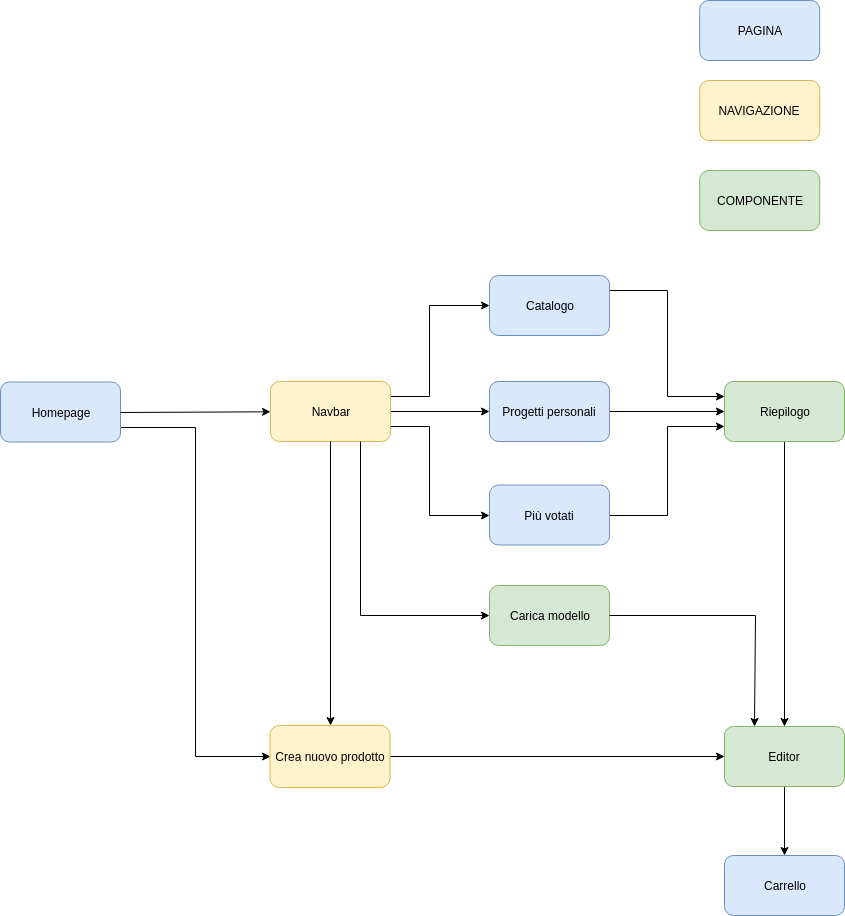
Earlier version of the draw.io export src/img/Generale_Kids_Experience.png (Elidor00/UUX). Source tidied: cells renumbered, new cells last; positions are measured from the earlier drawing's top-left corner, leaving out a move shared by most shapes. The source it was exported from:
```xml
<mxGraphModel>
  <root>
    <mxCell id="0" />
    <mxCell id="1" parent="0" />
    <mxCell id="2" style="edgeStyle=orthogonalEdgeStyle;rounded=0;jettySize=auto;html=1;exitX=1;exitY=0.75;exitDx=0;exitDy=0;entryX=0;entryY=0.5;entryDx=0;entryDy=0;" parent="1" edge="1" source="3" target="19">
      <mxGeometry relative="1" as="geometry" />
    </mxCell>
    <mxCell id="3" value="&lt;div&gt;Homepage&lt;/div&gt;" style="rounded=1;whiteSpace=wrap;html=1;fillColor=#dae8fc;strokeColor=#6c8ebf;" parent="1" vertex="1">
      <mxGeometry y="381.5" width="120" height="60" as="geometry" />
    </mxCell>
    <mxCell id="4" style="edgeStyle=orthogonalEdgeStyle;rounded=0;jettySize=auto;html=1;" parent="1" edge="1" source="5" target="6">
      <mxGeometry relative="1" as="geometry" />
    </mxCell>
    <mxCell id="5" value="Editor" style="rounded=1;whiteSpace=wrap;html=1;fillColor=#d5e8d4;strokeColor=#82B366;" parent="1" vertex="1">
      <mxGeometry x="724" y="726" width="120" height="60" as="geometry" />
    </mxCell>
    <mxCell id="6" value="Carrello" style="rounded=1;whiteSpace=wrap;html=1;fillColor=#dae8fc;strokeColor=#6c8ebf;" parent="1" vertex="1">
      <mxGeometry x="724" y="855" width="120" height="60" as="geometry" />
    </mxCell>
    <mxCell id="7" value="PAGINA" style="rounded=1;whiteSpace=wrap;html=1;fillColor=#dae8fc;strokeColor=#6c8ebf;" parent="1" vertex="1">
      <mxGeometry x="699.2" width="120" height="60" as="geometry" />
    </mxCell>
    <mxCell id="8" value="NAVIGAZIONE" style="rounded=1;whiteSpace=wrap;html=1;fillColor=#fff2cc;strokeColor=#d6b656;" parent="1" vertex="1">
      <mxGeometry x="699.2" y="80" width="120" height="60" as="geometry" />
    </mxCell>
    <mxCell id="9" value="COMPONENTE" style="rounded=1;whiteSpace=wrap;html=1;fillColor=#d5e8d4;strokeColor=#82b366;" parent="1" vertex="1">
      <mxGeometry x="699.2" y="170" width="120" height="60" as="geometry" />
    </mxCell>
    <mxCell id="10" style="edgeStyle=orthogonalEdgeStyle;rounded=0;jettySize=auto;html=1;exitX=1;exitY=0.25;exitDx=0;exitDy=0;entryX=0;entryY=0.25;entryDx=0;entryDy=0;" parent="1" edge="1" source="11" target="17">
      <mxGeometry relative="1" as="geometry" />
    </mxCell>
    <mxCell id="11" value="Catalogo" style="rounded=1;whiteSpace=wrap;html=1;fillColor=#dae8fc;strokeColor=#6c8ebf;" parent="1" vertex="1">
      <mxGeometry x="489" y="275" width="120" height="60" as="geometry" />
    </mxCell>
    <mxCell id="12" style="edgeStyle=orthogonalEdgeStyle;rounded=0;jettySize=auto;html=1;entryX=0;entryY=0.5;entryDx=0;entryDy=0;" parent="1" edge="1" source="13" target="17">
      <mxGeometry relative="1" as="geometry" />
    </mxCell>
    <mxCell id="13" value="Progetti personali" style="rounded=1;whiteSpace=wrap;html=1;fillColor=#dae8fc;strokeColor=#6c8ebf;" parent="1" vertex="1">
      <mxGeometry x="489" y="381" width="120" height="60" as="geometry" />
    </mxCell>
    <mxCell id="14" style="edgeStyle=orthogonalEdgeStyle;rounded=0;jettySize=auto;html=1;exitX=1;exitY=0.5;exitDx=0;exitDy=0;entryX=0;entryY=0.75;entryDx=0;entryDy=0;" parent="1" edge="1" source="15" target="17">
      <mxGeometry relative="1" as="geometry" />
    </mxCell>
    <mxCell id="15" value="Più votati" style="rounded=1;whiteSpace=wrap;html=1;fillColor=#dae8fc;strokeColor=#6c8ebf;" parent="1" vertex="1">
      <mxGeometry x="489" y="484.5" width="120" height="60" as="geometry" />
    </mxCell>
    <mxCell id="16" style="edgeStyle=orthogonalEdgeStyle;rounded=0;jettySize=auto;html=1;" parent="1" edge="1" source="17" target="5">
      <mxGeometry relative="1" as="geometry" />
    </mxCell>
    <mxCell id="17" value="&lt;div&gt;Riepilogo&lt;/div&gt;" style="rounded=1;whiteSpace=wrap;html=1;fillColor=#d5e8d4;strokeColor=#82B366;" parent="1" vertex="1">
      <mxGeometry x="724" y="381" width="120" height="60" as="geometry" />
    </mxCell>
    <mxCell id="18" style="edgeStyle=orthogonalEdgeStyle;rounded=0;jettySize=auto;html=1;entryX=0;entryY=0.5;entryDx=0;entryDy=0;" parent="1" edge="1" source="19" target="5">
      <mxGeometry relative="1" as="geometry" />
    </mxCell>
    <mxCell id="19" value="Crea nuovo prodotto" style="rounded=1;whiteSpace=wrap;html=1;fillColor=#fff2cc;strokeColor=#d6b656;" parent="1" vertex="1">
      <mxGeometry x="269.5" y="725" width="120" height="62" as="geometry" />
    </mxCell>
    <mxCell id="20" style="edgeStyle=orthogonalEdgeStyle;rounded=0;jettySize=auto;html=1;exitX=1;exitY=0.25;exitDx=0;exitDy=0;entryX=0;entryY=0.5;entryDx=0;entryDy=0;" parent="1" edge="1" source="23" target="11">
      <mxGeometry relative="1" as="geometry">
        <Array as="points">
          <mxPoint x="429" y="396" />
          <mxPoint x="429" y="305" />
        </Array>
      </mxGeometry>
    </mxCell>
    <mxCell id="21" style="edgeStyle=orthogonalEdgeStyle;rounded=0;jettySize=auto;html=1;exitX=1;exitY=0.5;exitDx=0;exitDy=0;" parent="1" edge="1" source="23" target="13">
      <mxGeometry relative="1" as="geometry" />
    </mxCell>
    <mxCell id="22" style="edgeStyle=orthogonalEdgeStyle;rounded=0;jettySize=auto;html=1;exitX=1;exitY=0.75;exitDx=0;exitDy=0;entryX=0;entryY=0.5;entryDx=0;entryDy=0;" parent="1" edge="1" source="23" target="15">
      <mxGeometry relative="1" as="geometry">
        <Array as="points">
          <mxPoint x="429" y="426" />
          <mxPoint x="429" y="515" />
          <mxPoint x="489" y="515" />
        </Array>
      </mxGeometry>
    </mxCell>
    <mxCell id="23" value="Navbar" style="rounded=1;whiteSpace=wrap;html=1;fillColor=#fff2cc;strokeColor=#d6b656;gradientColor=none;" parent="1" vertex="1">
      <mxGeometry x="270" y="381" width="120" height="60" as="geometry" />
    </mxCell>
    <mxCell id="24" style="endArrow=classic;html=1;exitX=1;exitY=0.5;exitDx=0;exitDy=0;" parent="1" edge="1" source="3" target="23">
      <mxGeometry relative="1" as="geometry" />
    </mxCell>
    <mxCell id="25" style="endArrow=classic;html=1;exitX=0.5;exitY=1;exitDx=0;exitDy=0;entryX=0.5;entryY=0;entryDx=0;entryDy=0;" parent="1" edge="1" source="23" target="19">
      <mxGeometry relative="1" as="geometry" />
    </mxCell>
    <mxCell id="26" value="Carica modello" style="rounded=1;whiteSpace=wrap;html=1;fillColor=#d5e8d4;strokeColor=#82B366;" parent="1" vertex="1">
      <mxGeometry x="489" y="585" width="120" height="60" as="geometry" />
    </mxCell>
    <mxCell id="27" style="endArrow=classic;html=1;exitX=0.75;exitY=1;exitDx=0;exitDy=0;entryX=0;entryY=0.5;entryDx=0;entryDy=0;rounded=0;" parent="1" edge="1" source="23" target="26">
      <mxGeometry relative="1" as="geometry">
        <Array as="points">
          <mxPoint x="360" y="615" />
        </Array>
      </mxGeometry>
    </mxCell>
    <mxCell id="28" style="endArrow=classic;html=1;exitX=1;exitY=0.5;exitDx=0;exitDy=0;entryX=0.25;entryY=0;entryDx=0;entryDy=0;rounded=0;" parent="1" edge="1" source="26" target="5">
      <mxGeometry relative="1" as="geometry">
        <Array as="points">
          <mxPoint x="755" y="615" />
        </Array>
      </mxGeometry>
    </mxCell>
  </root>
</mxGraphModel>
```
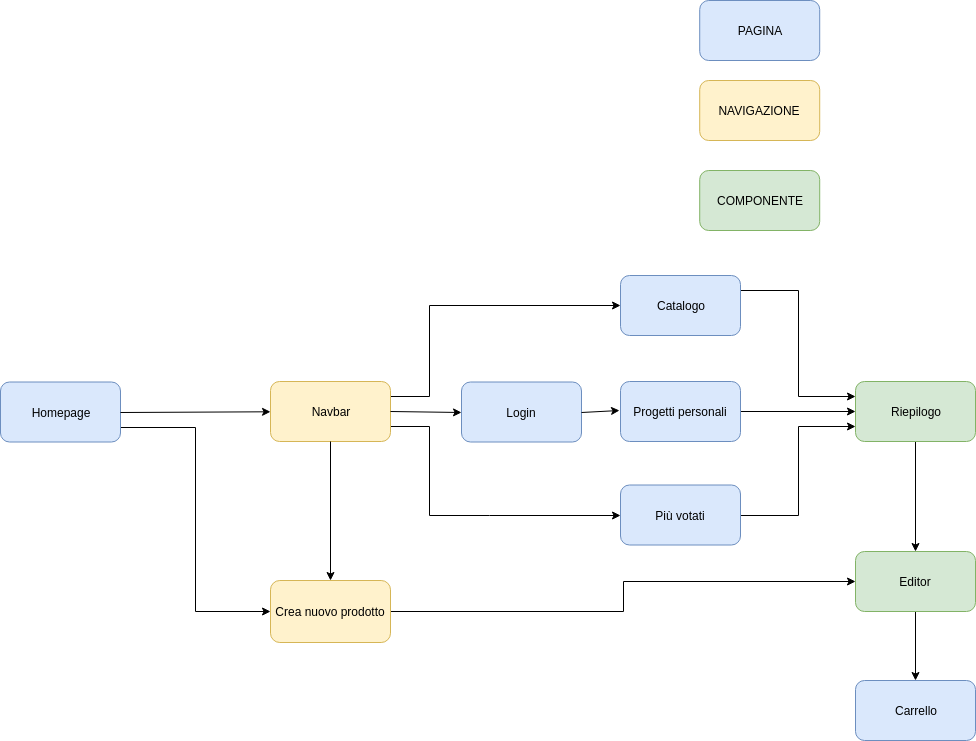
Above is the later version.

Change to the diagram source:
```diff
@@ -12,10 +12,10 @@
       <mxGeometry relative="1" as="geometry" />
     </mxCell>
     <mxCell id="5" value="Editor" style="rounded=1;whiteSpace=wrap;html=1;fillColor=#d5e8d4;strokeColor=#82B366;" parent="1" vertex="1">
-      <mxGeometry x="724" y="726" width="120" height="60" as="geometry" />
+      <mxGeometry x="855" y="551" width="120" height="60" as="geometry" />
     </mxCell>
     <mxCell id="6" value="Carrello" style="rounded=1;whiteSpace=wrap;html=1;fillColor=#dae8fc;strokeColor=#6c8ebf;" parent="1" vertex="1">
-      <mxGeometry x="724" y="855" width="120" height="60" as="geometry" />
+      <mxGeometry x="855" y="680" width="120" height="60" as="geometry" />
     </mxCell>
     <mxCell id="7" value="PAGINA" style="rounded=1;whiteSpace=wrap;html=1;fillColor=#dae8fc;strokeColor=#6c8ebf;" parent="1" vertex="1">
       <mxGeometry x="699.2" width="120" height="60" as="geometry" />
@@ -30,31 +30,31 @@
       <mxGeometry relative="1" as="geometry" />
     </mxCell>
     <mxCell id="11" value="Catalogo" style="rounded=1;whiteSpace=wrap;html=1;fillColor=#dae8fc;strokeColor=#6c8ebf;" parent="1" vertex="1">
-      <mxGeometry x="489" y="275" width="120" height="60" as="geometry" />
+      <mxGeometry x="620" y="275" width="120" height="60" as="geometry" />
     </mxCell>
     <mxCell id="12" style="edgeStyle=orthogonalEdgeStyle;rounded=0;jettySize=auto;html=1;entryX=0;entryY=0.5;entryDx=0;entryDy=0;" parent="1" edge="1" source="13" target="17">
       <mxGeometry relative="1" as="geometry" />
     </mxCell>
     <mxCell id="13" value="Progetti personali" style="rounded=1;whiteSpace=wrap;html=1;fillColor=#dae8fc;strokeColor=#6c8ebf;" parent="1" vertex="1">
-      <mxGeometry x="489" y="381" width="120" height="60" as="geometry" />
+      <mxGeometry x="620" y="381" width="120" height="60" as="geometry" />
     </mxCell>
     <mxCell id="14" style="edgeStyle=orthogonalEdgeStyle;rounded=0;jettySize=auto;html=1;exitX=1;exitY=0.5;exitDx=0;exitDy=0;entryX=0;entryY=0.75;entryDx=0;entryDy=0;" parent="1" edge="1" source="15" target="17">
       <mxGeometry relative="1" as="geometry" />
     </mxCell>
     <mxCell id="15" value="Più votati" style="rounded=1;whiteSpace=wrap;html=1;fillColor=#dae8fc;strokeColor=#6c8ebf;" parent="1" vertex="1">
-      <mxGeometry x="489" y="484.5" width="120" height="60" as="geometry" />
+      <mxGeometry x="620" y="484.5" width="120" height="60" as="geometry" />
     </mxCell>
     <mxCell id="16" style="edgeStyle=orthogonalEdgeStyle;rounded=0;jettySize=auto;html=1;" parent="1" edge="1" source="17" target="5">
       <mxGeometry relative="1" as="geometry" />
     </mxCell>
     <mxCell id="17" value="&lt;div&gt;Riepilogo&lt;/div&gt;" style="rounded=1;whiteSpace=wrap;html=1;fillColor=#d5e8d4;strokeColor=#82B366;" parent="1" vertex="1">
-      <mxGeometry x="724" y="381" width="120" height="60" as="geometry" />
+      <mxGeometry x="855" y="381" width="120" height="60" as="geometry" />
     </mxCell>
     <mxCell id="18" style="edgeStyle=orthogonalEdgeStyle;rounded=0;jettySize=auto;html=1;entryX=0;entryY=0.5;entryDx=0;entryDy=0;" parent="1" edge="1" source="19" target="5">
       <mxGeometry relative="1" as="geometry" />
     </mxCell>
     <mxCell id="19" value="Crea nuovo prodotto" style="rounded=1;whiteSpace=wrap;html=1;fillColor=#fff2cc;strokeColor=#d6b656;" parent="1" vertex="1">
-      <mxGeometry x="269.5" y="725" width="120" height="62" as="geometry" />
+      <mxGeometry x="270" y="580" width="120" height="62" as="geometry" />
     </mxCell>
     <mxCell id="20" style="edgeStyle=orthogonalEdgeStyle;rounded=0;jettySize=auto;html=1;exitX=1;exitY=0.25;exitDx=0;exitDy=0;entryX=0;entryY=0.5;entryDx=0;entryDy=0;" parent="1" edge="1" source="23" target="11">
       <mxGeometry relative="1" as="geometry">
@@ -64,9 +64,6 @@
         </Array>
       </mxGeometry>
     </mxCell>
-    <mxCell id="21" style="edgeStyle=orthogonalEdgeStyle;rounded=0;jettySize=auto;html=1;exitX=1;exitY=0.5;exitDx=0;exitDy=0;" parent="1" edge="1" source="23" target="13">
-      <mxGeometry relative="1" as="geometry" />
-    </mxCell>
     <mxCell id="22" style="edgeStyle=orthogonalEdgeStyle;rounded=0;jettySize=auto;html=1;exitX=1;exitY=0.75;exitDx=0;exitDy=0;entryX=0;entryY=0.5;entryDx=0;entryDy=0;" parent="1" edge="1" source="23" target="15">
       <mxGeometry relative="1" as="geometry">
         <Array as="points">
@@ -85,22 +82,16 @@
     <mxCell id="25" style="endArrow=classic;html=1;exitX=0.5;exitY=1;exitDx=0;exitDy=0;entryX=0.5;entryY=0;entryDx=0;entryDy=0;" parent="1" edge="1" source="23" target="19">
       <mxGeometry relative="1" as="geometry" />
     </mxCell>
-    <mxCell id="26" value="Carica modello" style="rounded=1;whiteSpace=wrap;html=1;fillColor=#d5e8d4;strokeColor=#82B366;" parent="1" vertex="1">
-      <mxGeometry x="489" y="585" width="120" height="60" as="geometry" />
-    </mxCell>
-    <mxCell id="27" style="endArrow=classic;html=1;exitX=0.75;exitY=1;exitDx=0;exitDy=0;entryX=0;entryY=0.5;entryDx=0;entryDy=0;rounded=0;" parent="1" edge="1" source="23" target="26">
-      <mxGeometry relative="1" as="geometry">
-        <Array as="points">
-          <mxPoint x="360" y="615" />
-        </Array>
-      </mxGeometry>
-    </mxCell>
-    <mxCell id="28" style="endArrow=classic;html=1;exitX=1;exitY=0.5;exitDx=0;exitDy=0;entryX=0.25;entryY=0;entryDx=0;entryDy=0;rounded=0;" parent="1" edge="1" source="26" target="5">
-      <mxGeometry relative="1" as="geometry">
-        <Array as="points">
-          <mxPoint x="755" y="615" />
-        </Array>
-      </mxGeometry>
-    </mxCell>
+    <mxCell id="29" value="Login" style="rounded=1;whiteSpace=wrap;html=1;fillColor=#dae8fc;strokeColor=#6c8ebf;" parent="1" vertex="1">
+      <mxGeometry x="461" y="381.5" width="120" height="60" as="geometry" />
+    </mxCell>
+    <mxCell id="30" style="endArrow=classic;html=1;exitX=1;exitY=0.5;exitDx=0;exitDy=0;entryX=0;entryY=0.5;entryDx=0;entryDy=0;" parent="1" edge="1" source="23" target="29">
+      <mxGeometry relative="1" as="geometry" />
+    </mxCell>
+    <mxCell id="31" style="endArrow=classic;html=1;exitX=1;exitY=0.5;exitDx=0;exitDy=0;" parent="1" edge="1" source="29">
+      <mxGeometry relative="1" as="geometry">
+        <mxPoint x="619" y="410" as="targetPoint" />
+      </mxGeometry>
+    </mxCell>
   </root>
 </mxGraphModel>
```
